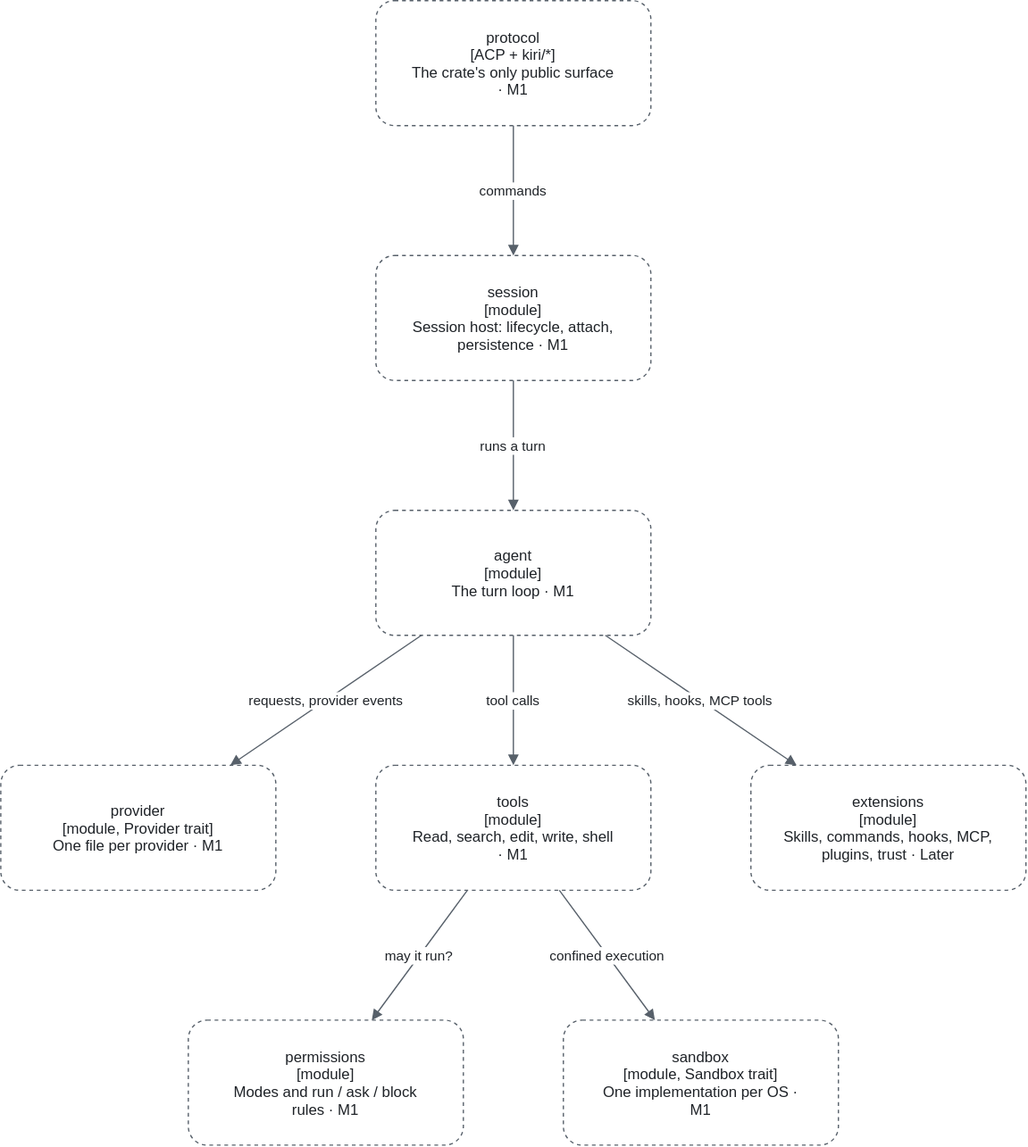
Earlier version of the draw.io export docs/architecture/diagrams/components-kiri-core.drawio.svg (TheoOdawara/Kiri). Source tidied: cells renumbered, new cells last; positions are measured from the earlier drawing's top-left corner, leaving out a move shared by most shapes.
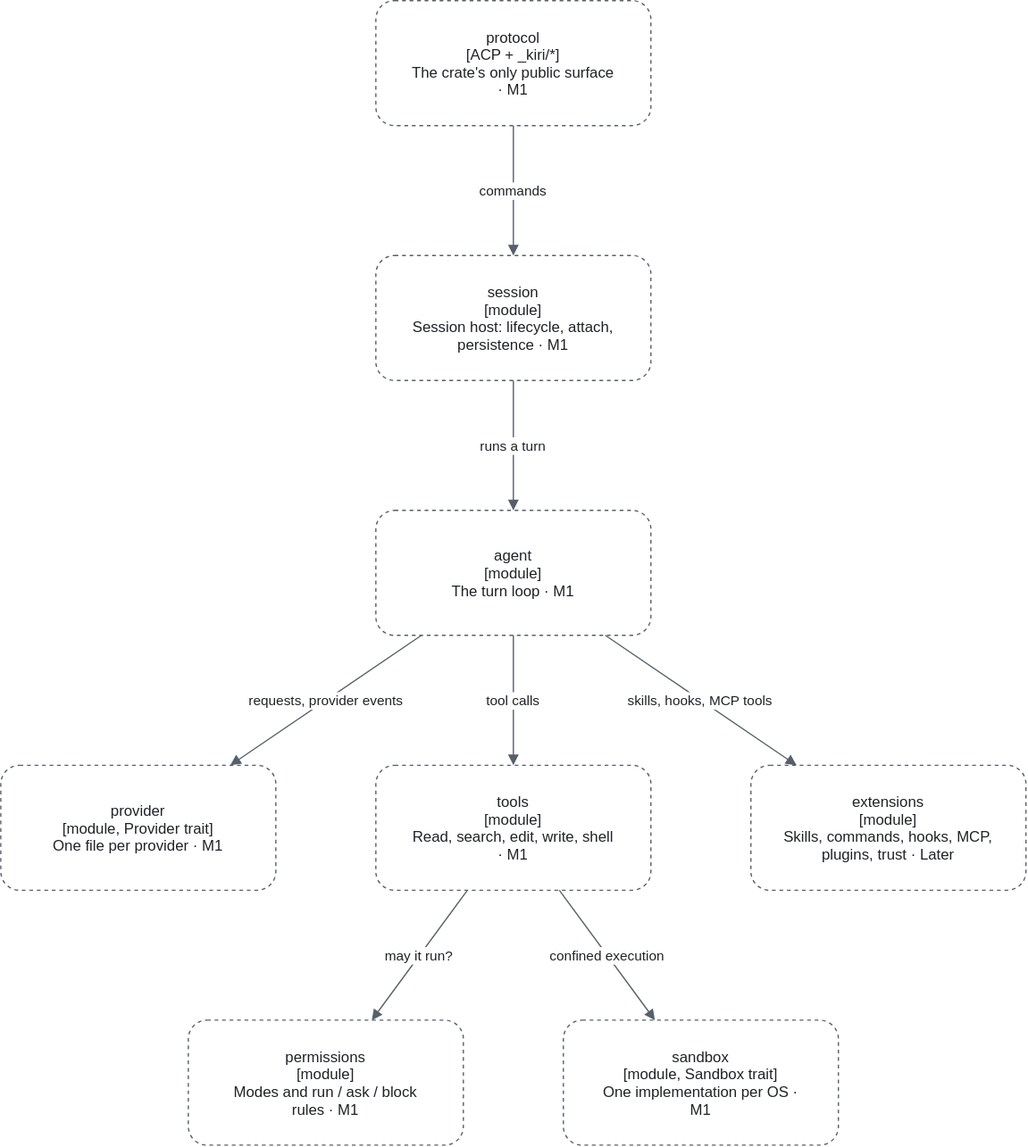
Above is the later version.

The edit, as a diff of the source:
```diff
@@ -2,7 +2,7 @@
   <root>
     <mxCell id="0" />
     <mxCell id="1" parent="0" />
-    <mxCell id="2" value="protocol&#10;[ACP + kiri/*]&#10;The crate's only public surface&#10;· M1" style="rounded=1;html=0;dashed=1;fillColor=#FFFFFF;strokeColor=#57606A;fontColor=#1F2328;" parent="1" vertex="1">
+    <mxCell id="2" value="protocol&#10;[ACP + _kiri/*]&#10;The crate's only public surface&#10;· M1" style="rounded=1;html=0;dashed=1;fillColor=#FFFFFF;strokeColor=#57606A;fontColor=#1F2328;" parent="1" vertex="1">
       <mxGeometry x="300" width="220" height="100" as="geometry" />
     </mxCell>
     <mxCell id="3" value="session&#10;[module]&#10;Session host: lifecycle, attach,&#10;persistence · M1" style="rounded=1;html=0;dashed=1;fillColor=#FFFFFF;strokeColor=#57606A;fontColor=#1F2328;" parent="1" vertex="1">
```
